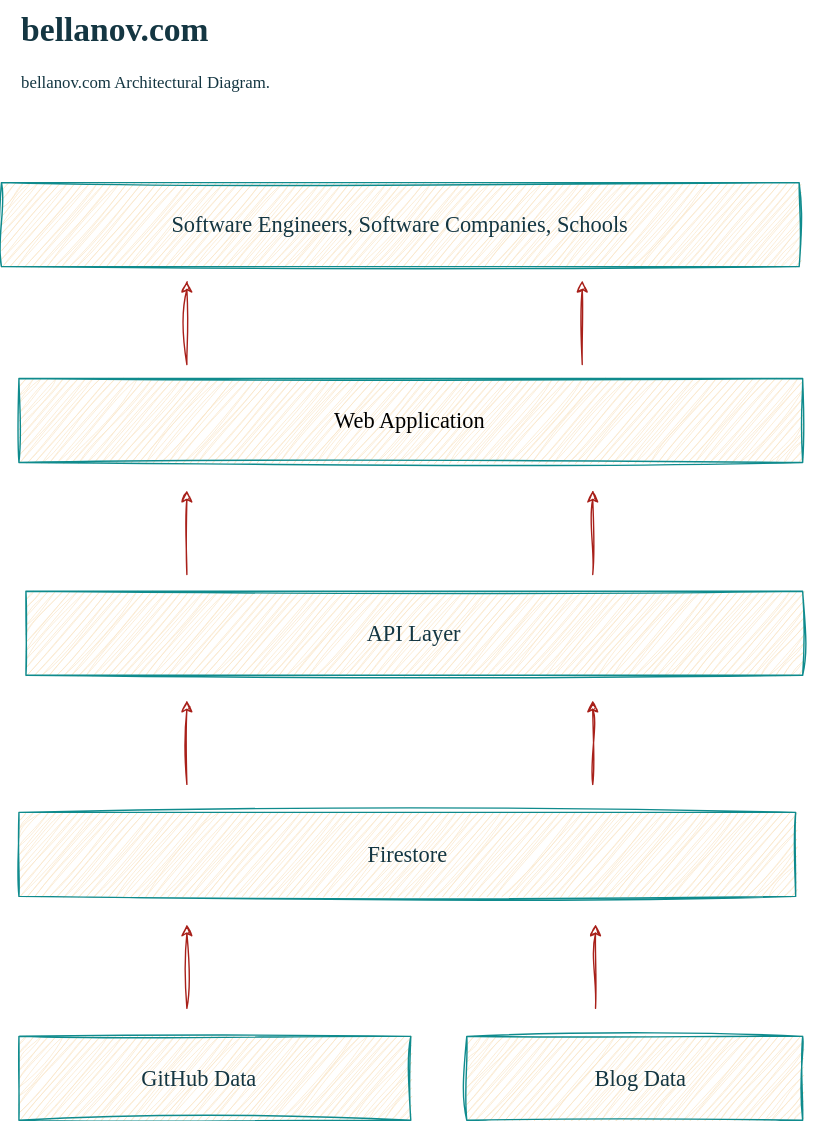
Before: diagrams/bellanov.com/Architecture.svg, a diagram exported from draw.io (bellanov/bellanov-llc). Source tidied: cells renumbered, new cells last; positions are measured from the earlier drawing's top-left corner, leaving out a move shared by most shapes.
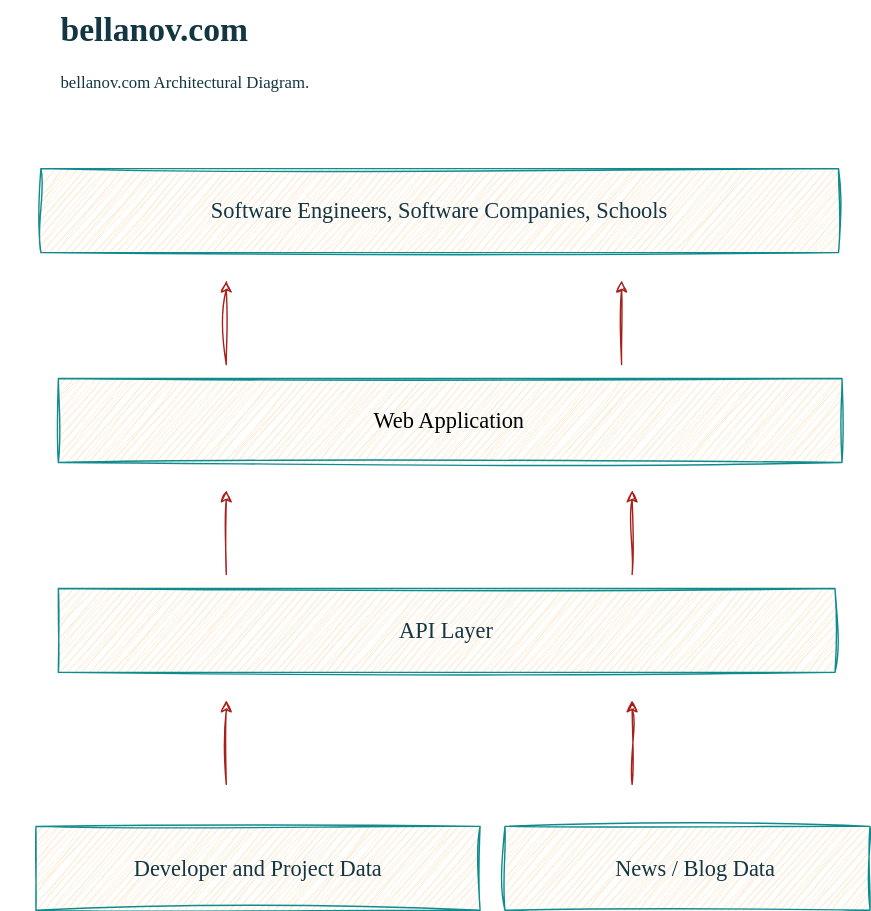
The same diagram one commit later.

Diff of the diagram source:
```diff
@@ -3,7 +3,7 @@
     <mxCell id="0" />
     <mxCell id="1" parent="0" />
     <mxCell id="2" style="group;fontFamily=Verdana;" parent="1" vertex="1">
-      <mxGeometry x="12" y="130" width="570" height="60" as="geometry" />
+      <mxGeometry x="12" y="120" width="570" height="60" as="geometry" />
     </mxCell>
     <mxCell id="3" style="rounded=0;whiteSpace=wrap;html=1;sketch=1;curveFitting=1;jiggle=2;labelBackgroundColor=none;fillColor=#FAE5C7;strokeColor=#0F8B8D;fontColor=#143642;" parent="2" vertex="1">
       <mxGeometry x="-12.5" width="570" height="60" as="geometry" />
@@ -12,7 +12,7 @@
       <mxGeometry x="65" y="15" width="415" height="30" as="geometry" />
     </mxCell>
     <mxCell id="5" style="group;fontFamily=Verdana;" parent="1" vertex="1">
-      <mxGeometry x="17" y="422" width="555" height="60" as="geometry" />
+      <mxGeometry x="12" y="420" width="555" height="60" as="geometry" />
     </mxCell>
     <mxCell id="6" style="rounded=0;whiteSpace=wrap;html=1;sketch=1;curveFitting=1;jiggle=2;labelBackgroundColor=none;fillColor=#FAE5C7;strokeColor=#0F8B8D;fontColor=#143642;" parent="5" vertex="1">
       <mxGeometry width="555" height="60" as="geometry" />
@@ -57,23 +57,14 @@
       </mxGeometry>
     </mxCell>
     <mxCell id="16" style="group;" parent="1" vertex="1">
-      <mxGeometry x="12" y="740" width="280" height="60" as="geometry" />
+      <mxGeometry x="-29.4" y="590" width="342.7" height="60" as="geometry" />
     </mxCell>
     <mxCell id="17" style="rounded=0;whiteSpace=wrap;html=1;sketch=1;curveFitting=1;jiggle=2;labelBackgroundColor=none;fillColor=#FAE5C7;strokeColor=#0F8B8D;fontColor=#143642;" parent="16" vertex="1">
-      <mxGeometry width="280" height="60" as="geometry" />
+      <mxGeometry x="25.3" width="317.4" height="60" as="geometry" />
     </mxCell>
-    <mxCell id="18" value="GitHub Data" style="text;html=1;whiteSpace=wrap;strokeColor=none;fillColor=none;align=center;verticalAlign=middle;rounded=0;fontFamily=Verdana;fontColor=#143642;fontSize=16;" parent="16" vertex="1">
-      <mxGeometry x="54.4" y="10" width="149.7" height="40" as="geometry" />
+    <mxCell id="18" value="Developer and Project Data" style="text;html=1;whiteSpace=wrap;strokeColor=none;fillColor=none;align=center;verticalAlign=middle;rounded=0;fontFamily=Verdana;fontColor=#143642;fontSize=16;" parent="16" vertex="1">
+      <mxGeometry x="66.1" y="10" width="235.8" height="40" as="geometry" />
     </mxCell>
-    <mxCell id="19" style="group;" parent="1" vertex="1">
-      <mxGeometry x="12" y="580" width="555" height="60" as="geometry" />
-    </mxCell>
-    <mxCell id="20" style="rounded=0;whiteSpace=wrap;html=1;sketch=1;curveFitting=1;jiggle=2;labelBackgroundColor=none;fillColor=#FAE5C7;strokeColor=#0F8B8D;fontColor=#143642;" parent="19" vertex="1">
-      <mxGeometry width="555" height="60" as="geometry" />
-    </mxCell>
-    <mxCell id="21" value="Firestore" style="text;html=1;whiteSpace=wrap;strokeColor=none;fillColor=none;align=center;verticalAlign=middle;rounded=0;fontFamily=Verdana;fontColor=#143642;fontSize=16;" parent="19" vertex="1">
-      <mxGeometry x="116.7" y="10" width="321.5" height="40" as="geometry" />
-    </mxCell>
     <mxCell id="22" style="endArrow=classic;html=1;rounded=0;sketch=1;hachureGap=4;jiggle=2;curveFitting=1;strokeColor=#A8201A;fontFamily=Architects Daughter;fontSource=https%3A%2F%2Ffonts.googleapis.com%2Fcss%3Ffamily%3DArchitects%2BDaughter;fontColor=#143642;fillColor=#FAE5C7;" parent="1" edge="1">
       <mxGeometry relative="1" as="geometry">
         <mxPoint x="132" y="560" as="sourcePoint" />
@@ -87,25 +78,13 @@
       </mxGeometry>
     </mxCell>
     <mxCell id="24" style="group;" parent="1" vertex="1">
-      <mxGeometry x="342" y="740" width="230" height="60" as="geometry" />
+      <mxGeometry x="342" y="590" width="250" height="60" as="geometry" />
     </mxCell>
     <mxCell id="25" style="rounded=0;whiteSpace=wrap;html=1;sketch=1;curveFitting=1;jiggle=2;labelBackgroundColor=none;fillColor=#FAE5C7;strokeColor=#0F8B8D;fontColor=#143642;" parent="24" vertex="1">
-      <mxGeometry x="-10" width="240" height="60" as="geometry" />
+      <mxGeometry x="-10.9" width="260.9" height="60" as="geometry" />
     </mxCell>
-    <mxCell id="26" value="Blog Data" style="text;html=1;whiteSpace=wrap;strokeColor=none;fillColor=none;align=center;verticalAlign=middle;rounded=0;fontFamily=Verdana;fontColor=#143642;fontSize=16;" parent="24" vertex="1">
-      <mxGeometry x="48.4" y="10" width="133.2" height="40" as="geometry" />
+    <mxCell id="26" value="News / Blog Data" style="text;html=1;whiteSpace=wrap;strokeColor=none;fillColor=none;align=center;verticalAlign=middle;rounded=0;fontFamily=Verdana;fontColor=#143642;fontSize=16;" parent="24" vertex="1">
+      <mxGeometry x="52.6" y="10" width="144.8" height="40" as="geometry" />
     </mxCell>
-    <mxCell id="27" style="endArrow=classic;html=1;rounded=0;sketch=1;hachureGap=4;jiggle=2;curveFitting=1;strokeColor=#A8201A;fontFamily=Architects Daughter;fontSource=https%3A%2F%2Ffonts.googleapis.com%2Fcss%3Ffamily%3DArchitects%2BDaughter;fontColor=#143642;fillColor=#FAE5C7;" parent="1" edge="1">
-      <mxGeometry relative="1" as="geometry">
-        <mxPoint x="132" y="720" as="sourcePoint" />
-        <mxPoint x="132" y="660" as="targetPoint" />
-      </mxGeometry>
-    </mxCell>
-    <mxCell id="28" style="endArrow=classic;html=1;rounded=0;sketch=1;hachureGap=4;jiggle=2;curveFitting=1;strokeColor=#A8201A;fontFamily=Architects Daughter;fontSource=https%3A%2F%2Ffonts.googleapis.com%2Fcss%3Ffamily%3DArchitects%2BDaughter;fontColor=#143642;fillColor=#FAE5C7;" parent="1" edge="1">
-      <mxGeometry relative="1" as="geometry">
-        <mxPoint x="424" y="720" as="sourcePoint" />
-        <mxPoint x="424" y="660" as="targetPoint" />
-      </mxGeometry>
-    </mxCell>
   </root>
 </mxGraphModel>
```
